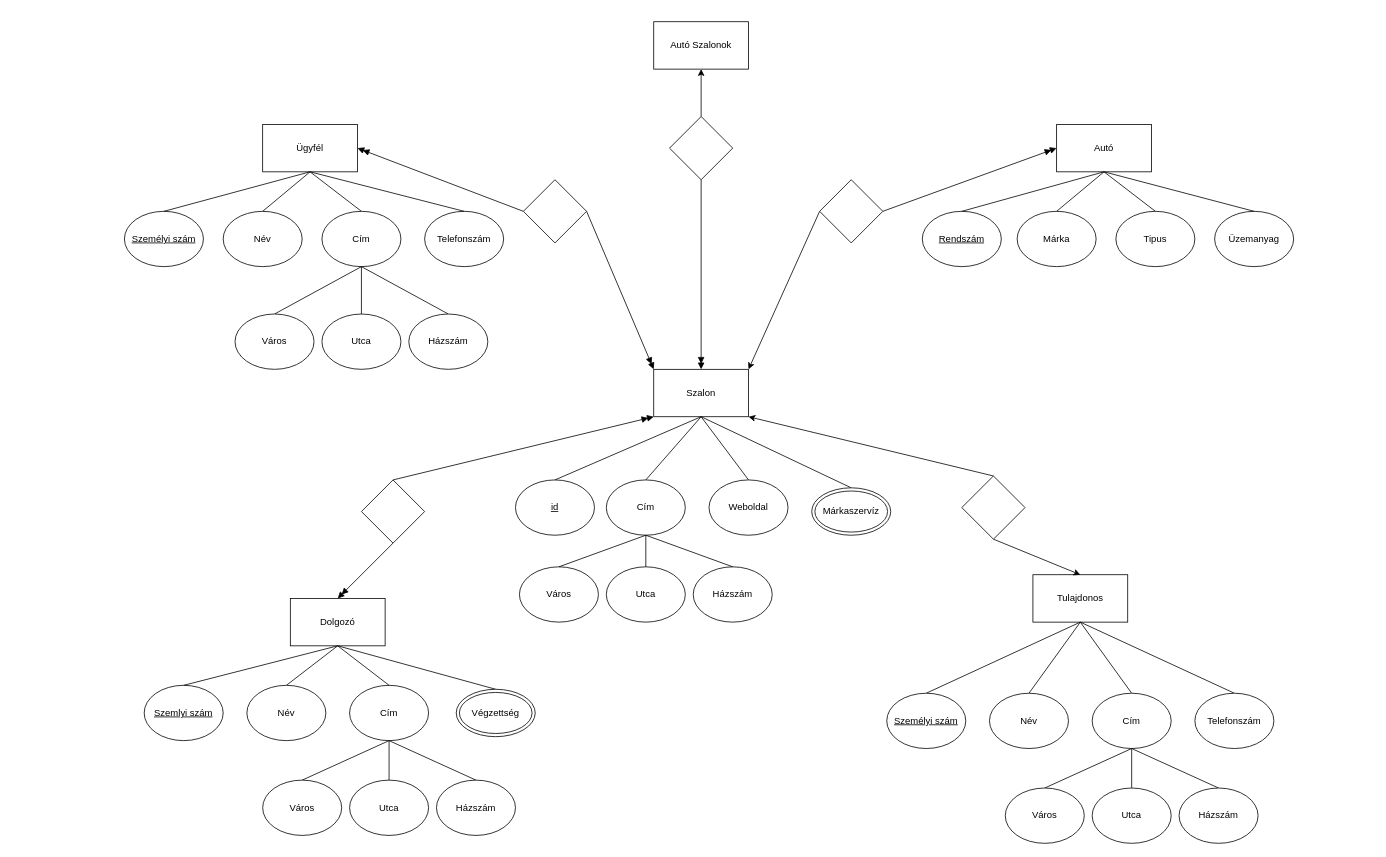
Above: HPQ9EO_XMLTask/1. feladat/HPQ9EO_ER.drawio in dvd2001/HPQ9EOWebXML (draw.io), before the change. Source tidied: cells renumbered, new cells numbered last; positions are measured from the earlier drawing's top-left corner, leaving out a move shared by most shapes. Both pictures are drawn from the tidied source at 79%, with x=0, y=0 at pixel (124, 21).
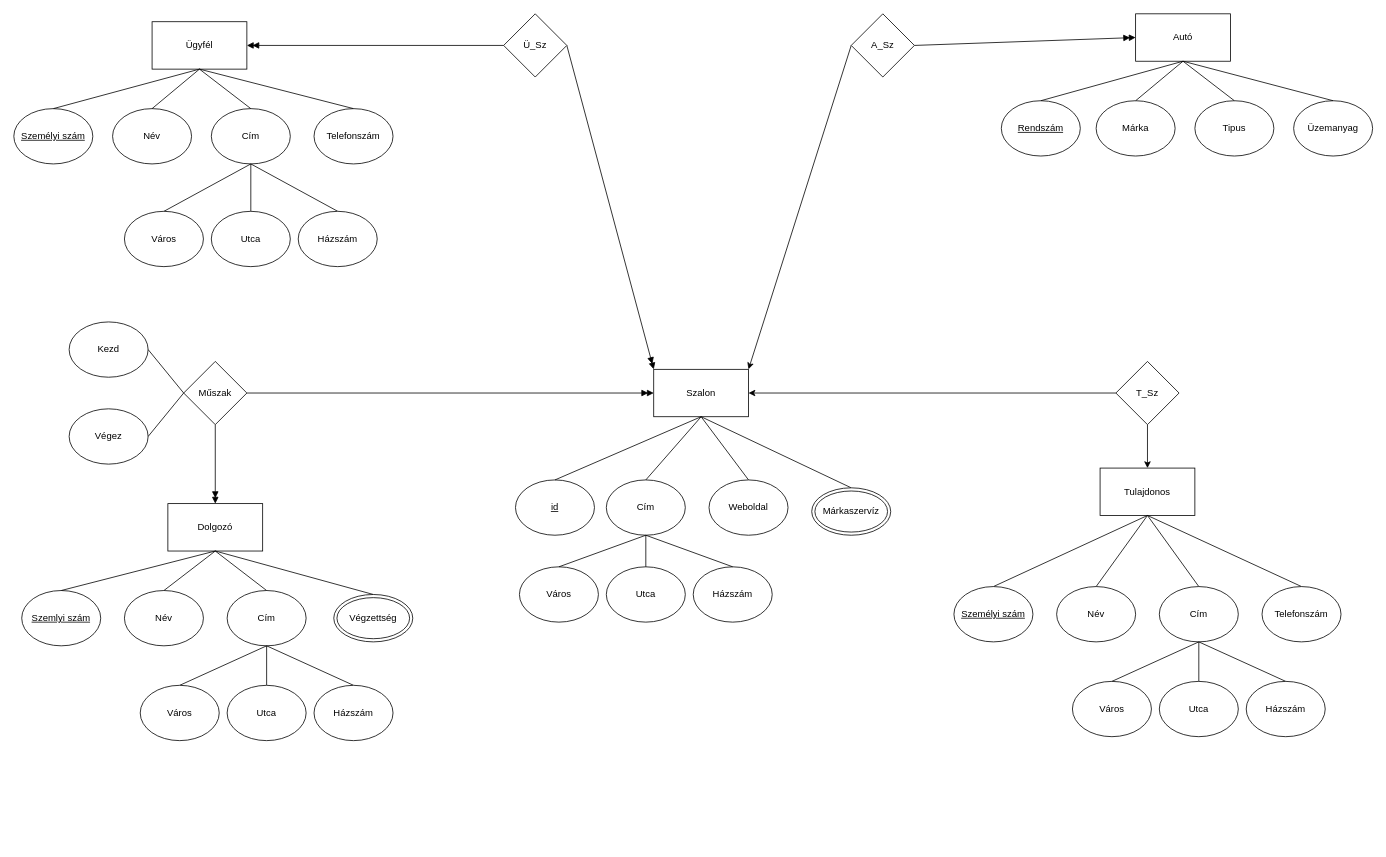
Above is the later version.

Commit message (it also covers changes not shown here):
making changes on er model based on discussion and creating xdm modal

The change refers to these unchanged cells:
```xml
<mxCell id="6" value="Szalon" style="rounded=0;whiteSpace=wrap;html=1;" parent="1" vertex="1">
  <mxGeometry x="670" y="440" width="120" height="60" as="geometry" />
</mxCell>
```

What changed in the source:
```diff
@@
-    <mxCell id="2" value="Autó Szalonok" style="rounded=0;whiteSpace=wrap;html=1;" parent="1" vertex="1">
-      <mxGeometry x="670" width="120" height="60" as="geometry" />
-    </mxCell>
-    <mxCell id="3" style="edgeStyle=none;html=1;entryX=0.5;entryY=1;entryDx=0;entryDy=0;" parent="1" edge="1" source="5" target="2">
-      <mxGeometry relative="1" as="geometry" />
-    </mxCell>
-    <mxCell id="4" style="edgeStyle=none;html=1;endArrow=doubleBlock;endFill=1;" parent="1" edge="1" source="5" target="6">
-      <mxGeometry relative="1" as="geometry" />
-    </mxCell>
-    <mxCell id="5" style="rhombus;whiteSpace=wrap;html=1;" parent="1" vertex="1">
-      <mxGeometry x="690" y="120" width="80" height="80" as="geometry" />
-    </mxCell>
@@
-    <mxCell id="9" style="rhombus;whiteSpace=wrap;html=1;" parent="1" vertex="1">
-      <mxGeometry x="880" y="200" width="80" height="80" as="geometry" />
+    <mxCell id="9" value="A_Sz" style="rhombus;whiteSpace=wrap;html=1;" parent="1" vertex="1">
+      <mxGeometry x="920" y="-10" width="80" height="80" as="geometry" />
     </mxCell>
     <mxCell id="10" value="Autó" style="rounded=0;whiteSpace=wrap;html=1;" parent="1" vertex="1">
-      <mxGeometry x="1180" y="130" width="120" height="60" as="geometry" />
+      <mxGeometry x="1280" y="-10" width="120" height="60" as="geometry" />
     </mxCell>
     <mxCell id="11" value="Dolgozó" style="rounded=0;whiteSpace=wrap;html=1;" parent="1" vertex="1">
-      <mxGeometry x="210" y="730" width="120" height="60" as="geometry" />
+      <mxGeometry x="55" y="610" width="120" height="60" as="geometry" />
     </mxCell>
-    <mxCell id="12" style="edgeStyle=none;html=1;entryX=0;entryY=1;entryDx=0;entryDy=0;endArrow=doubleBlock;endFill=1;exitX=0.5;exitY=0;exitDx=0;exitDy=0;" parent="1" edge="1" source="14" target="6">
+    <mxCell id="12" style="edgeStyle=none;html=1;entryX=0;entryY=0.5;entryDx=0;entryDy=0;endArrow=doubleBlock;endFill=1;exitX=1;exitY=0.5;exitDx=0;exitDy=0;" parent="1" edge="1" source="14" target="6">
       <mxGeometry relative="1" as="geometry" />
     </mxCell>
@@
-    <mxCell id="14" style="rhombus;whiteSpace=wrap;html=1;" parent="1" vertex="1">
-      <mxGeometry x="300" y="580" width="80" height="80" as="geometry" />
+    <mxCell id="14" value="Műszak" style="rhombus;whiteSpace=wrap;html=1;" parent="1" vertex="1">
+      <mxGeometry x="75" y="430" width="80" height="80" as="geometry" />
     </mxCell>
     <mxCell id="15" value="Ügyfél" style="rounded=0;whiteSpace=wrap;html=1;" parent="1" vertex="1">
-      <mxGeometry x="175" y="130" width="120" height="60" as="geometry" />
+      <mxGeometry x="35" width="120" height="60" as="geometry" />
     </mxCell>
@@
-    <mxCell id="18" style="rhombus;whiteSpace=wrap;html=1;" parent="1" vertex="1">
-      <mxGeometry x="505" y="200" width="80" height="80" as="geometry" />
+    <mxCell id="18" value="Ü_Sz" style="rhombus;whiteSpace=wrap;html=1;" parent="1" vertex="1">
+      <mxGeometry x="480" y="-10" width="80" height="80" as="geometry" />
     </mxCell>
     <mxCell id="19" value="Tulajdonos" style="rounded=0;whiteSpace=wrap;html=1;" parent="1" vertex="1">
-      <mxGeometry x="1150" y="700" width="120" height="60" as="geometry" />
+      <mxGeometry x="1235" y="565" width="120" height="60" as="geometry" />
     </mxCell>
@@
-    <mxCell id="21" style="edgeStyle=none;html=1;entryX=1;entryY=1;entryDx=0;entryDy=0;exitX=0.5;exitY=0;exitDx=0;exitDy=0;" parent="1" edge="1" source="22" target="6">
+    <mxCell id="21" style="edgeStyle=none;html=1;entryX=1;entryY=0.5;entryDx=0;entryDy=0;exitX=0;exitY=0.5;exitDx=0;exitDy=0;" parent="1" edge="1" source="22" target="6">
       <mxGeometry relative="1" as="geometry" />
     </mxCell>
-    <mxCell id="22" style="rhombus;whiteSpace=wrap;html=1;" parent="1" vertex="1">
-      <mxGeometry x="1060" y="575" width="80" height="80" as="geometry" />
+    <mxCell id="22" value="T_Sz" style="rhombus;whiteSpace=wrap;html=1;" parent="1" vertex="1">
+      <mxGeometry x="1255" y="430" width="80" height="80" as="geometry" />
     </mxCell>
@@
     <mxCell id="24" value="Cím" style="ellipse;whiteSpace=wrap;html=1;" parent="1" vertex="1">
-      <mxGeometry x="1225" y="850" width="100" height="70" as="geometry" />
+      <mxGeometry x="1310" y="715" width="100" height="70" as="geometry" />
     </mxCell>
@@
     <mxCell id="26" value="Név" style="ellipse;whiteSpace=wrap;html=1;" parent="1" vertex="1">
-      <mxGeometry x="1095" y="850" width="100" height="70" as="geometry" />
+      <mxGeometry x="1180" y="715" width="100" height="70" as="geometry" />
     </mxCell>
@@
     <mxCell id="28" value="Telefonszám" style="ellipse;whiteSpace=wrap;html=1;" parent="1" vertex="1">
-      <mxGeometry x="1355" y="850" width="100" height="70" as="geometry" />
+      <mxGeometry x="1440" y="715" width="100" height="70" as="geometry" />
     </mxCell>
@@
     <mxCell id="30" value="&lt;u&gt;Személyi szám&lt;/u&gt;" style="ellipse;whiteSpace=wrap;html=1;" parent="1" vertex="1">
-      <mxGeometry x="965" y="850" width="100" height="70" as="geometry" />
+      <mxGeometry x="1050" y="715" width="100" height="70" as="geometry" />
     </mxCell>
@@
     <mxCell id="32" value="Város" style="ellipse;whiteSpace=wrap;html=1;" parent="1" vertex="1">
-      <mxGeometry x="1115" y="970" width="100" height="70" as="geometry" />
+      <mxGeometry x="1200" y="835" width="100" height="70" as="geometry" />
     </mxCell>
@@
     <mxCell id="34" value="Utca" style="ellipse;whiteSpace=wrap;html=1;" parent="1" vertex="1">
-      <mxGeometry x="1225" y="970" width="100" height="70" as="geometry" />
+      <mxGeometry x="1310" y="835" width="100" height="70" as="geometry" />
     </mxCell>
@@
     <mxCell id="36" value="Házszám" style="ellipse;whiteSpace=wrap;html=1;" parent="1" vertex="1">
-      <mxGeometry x="1335" y="970" width="100" height="70" as="geometry" />
+      <mxGeometry x="1420" y="835" width="100" height="70" as="geometry" />
     </mxCell>
@@
     <mxCell id="38" value="Név" style="ellipse;whiteSpace=wrap;html=1;" parent="1" vertex="1">
-      <mxGeometry x="155" y="840" width="100" height="70" as="geometry" />
+      <mxGeometry y="720" width="100" height="70" as="geometry" />
     </mxCell>
     <mxCell id="39" value="Cím" style="ellipse;whiteSpace=wrap;html=1;" parent="1" vertex="1">
-      <mxGeometry x="285" y="840" width="100" height="70" as="geometry" />
+      <mxGeometry x="130" y="720" width="100" height="70" as="geometry" />
     </mxCell>
@@
     <mxCell id="41" value="Város" style="ellipse;whiteSpace=wrap;html=1;" parent="1" vertex="1">
-      <mxGeometry x="175" y="960" width="100" height="70" as="geometry" />
+      <mxGeometry x="20" y="840" width="100" height="70" as="geometry" />
     </mxCell>
@@
     <mxCell id="43" value="Utca" style="ellipse;whiteSpace=wrap;html=1;" parent="1" vertex="1">
-      <mxGeometry x="285" y="960" width="100" height="70" as="geometry" />
+      <mxGeometry x="130" y="840" width="100" height="70" as="geometry" />
     </mxCell>
@@
     <mxCell id="45" value="Házszám" style="ellipse;whiteSpace=wrap;html=1;" parent="1" vertex="1">
-      <mxGeometry x="395" y="960" width="100" height="70" as="geometry" />
+      <mxGeometry x="240" y="840" width="100" height="70" as="geometry" />
     </mxCell>
     <mxCell id="46" value="&lt;u&gt;Szemlyi szám&lt;/u&gt;" style="ellipse;whiteSpace=wrap;html=1;" parent="1" vertex="1">
-      <mxGeometry x="25" y="840" width="100" height="70" as="geometry" />
+      <mxGeometry x="-130" y="720" width="100" height="70" as="geometry" />
     </mxCell>
@@
     <mxCell id="63" value="&lt;u&gt;Személyi szám&lt;/u&gt;" style="ellipse;whiteSpace=wrap;html=1;" parent="1" vertex="1">
-      <mxGeometry y="240" width="100" height="70" as="geometry" />
+      <mxGeometry x="-140" y="110" width="100" height="70" as="geometry" />
     </mxCell>
     <mxCell id="64" value="Cím" style="ellipse;whiteSpace=wrap;html=1;" parent="1" vertex="1">
-      <mxGeometry x="250" y="240" width="100" height="70" as="geometry" />
+      <mxGeometry x="110" y="110" width="100" height="70" as="geometry" />
     </mxCell>
@@
     <mxCell id="66" value="Város" style="ellipse;whiteSpace=wrap;html=1;" parent="1" vertex="1">
-      <mxGeometry x="140" y="370" width="100" height="70" as="geometry" />
+      <mxGeometry y="240" width="100" height="70" as="geometry" />
     </mxCell>
@@
     <mxCell id="68" value="Utca" style="ellipse;whiteSpace=wrap;html=1;" parent="1" vertex="1">
-      <mxGeometry x="250" y="370" width="100" height="70" as="geometry" />
+      <mxGeometry x="110" y="240" width="100" height="70" as="geometry" />
     </mxCell>
@@
     <mxCell id="70" value="Házszám" style="ellipse;whiteSpace=wrap;html=1;" parent="1" vertex="1">
-      <mxGeometry x="360" y="370" width="100" height="70" as="geometry" />
+      <mxGeometry x="220" y="240" width="100" height="70" as="geometry" />
     </mxCell>
     <mxCell id="71" value="Név" style="ellipse;whiteSpace=wrap;html=1;" parent="1" vertex="1">
-      <mxGeometry x="125" y="240" width="100" height="70" as="geometry" />
+      <mxGeometry x="-15" y="110" width="100" height="70" as="geometry" />
     </mxCell>
     <mxCell id="72" value="Telefonszám" style="ellipse;whiteSpace=wrap;html=1;" parent="1" vertex="1">
-      <mxGeometry x="380" y="240" width="100" height="70" as="geometry" />
+      <mxGeometry x="240" y="110" width="100" height="70" as="geometry" />
     </mxCell>
@@
     <mxCell id="77" value="&lt;u&gt;Rendszám&lt;/u&gt;" style="ellipse;whiteSpace=wrap;html=1;" parent="1" vertex="1">
-      <mxGeometry x="1010" y="240" width="100" height="70" as="geometry" />
+      <mxGeometry x="1110" y="100" width="100" height="70" as="geometry" />
     </mxCell>
@@
     <mxCell id="79" value="Márka" style="ellipse;whiteSpace=wrap;html=1;" parent="1" vertex="1">
-      <mxGeometry x="1130" y="240" width="100" height="70" as="geometry" />
+      <mxGeometry x="1230" y="100" width="100" height="70" as="geometry" />
     </mxCell>
     <mxCell id="80" value="Tipus" style="ellipse;whiteSpace=wrap;html=1;" parent="1" vertex="1">
-      <mxGeometry x="1255" y="240" width="100" height="70" as="geometry" />
+      <mxGeometry x="1355" y="100" width="100" height="70" as="geometry" />
     </mxCell>
     <mxCell id="81" value="Üzemanyag" style="ellipse;whiteSpace=wrap;html=1;" parent="1" vertex="1">
-      <mxGeometry x="1380" y="240" width="100" height="70" as="geometry" />
+      <mxGeometry x="1480" y="100" width="100" height="70" as="geometry" />
     </mxCell>
@@
     <mxCell id="85" value="Végzettség" style="ellipse;shape=doubleEllipse;whiteSpace=wrap;html=1;" parent="1" vertex="1">
-      <mxGeometry x="420" y="845" width="100" height="60" as="geometry" />
+      <mxGeometry x="265" y="725" width="100" height="60" as="geometry" />
     </mxCell>
@@
+    <mxCell id="87" value="Kezd" style="ellipse;whiteSpace=wrap;html=1;" parent="1" vertex="1">
+      <mxGeometry x="-70" y="380" width="100" height="70" as="geometry" />
+    </mxCell>
+    <mxCell id="88" value="Végez" style="ellipse;whiteSpace=wrap;html=1;" parent="1" vertex="1">
+      <mxGeometry x="-70" y="490" width="100" height="70" as="geometry" />
+    </mxCell>
+    <mxCell id="89" style="endArrow=none;html=1;exitX=0;exitY=0.5;exitDx=0;exitDy=0;entryX=1;entryY=0.5;entryDx=0;entryDy=0;" parent="1" edge="1" source="14" target="87">
+      <mxGeometry relative="1" as="geometry" />
+    </mxCell>
+    <mxCell id="90" style="endArrow=none;html=1;exitX=0;exitY=0.5;exitDx=0;exitDy=0;entryX=1;entryY=0.5;entryDx=0;entryDy=0;" parent="1" edge="1" source="14" target="88">
+      <mxGeometry relative="1" as="geometry" />
+    </mxCell>
```
